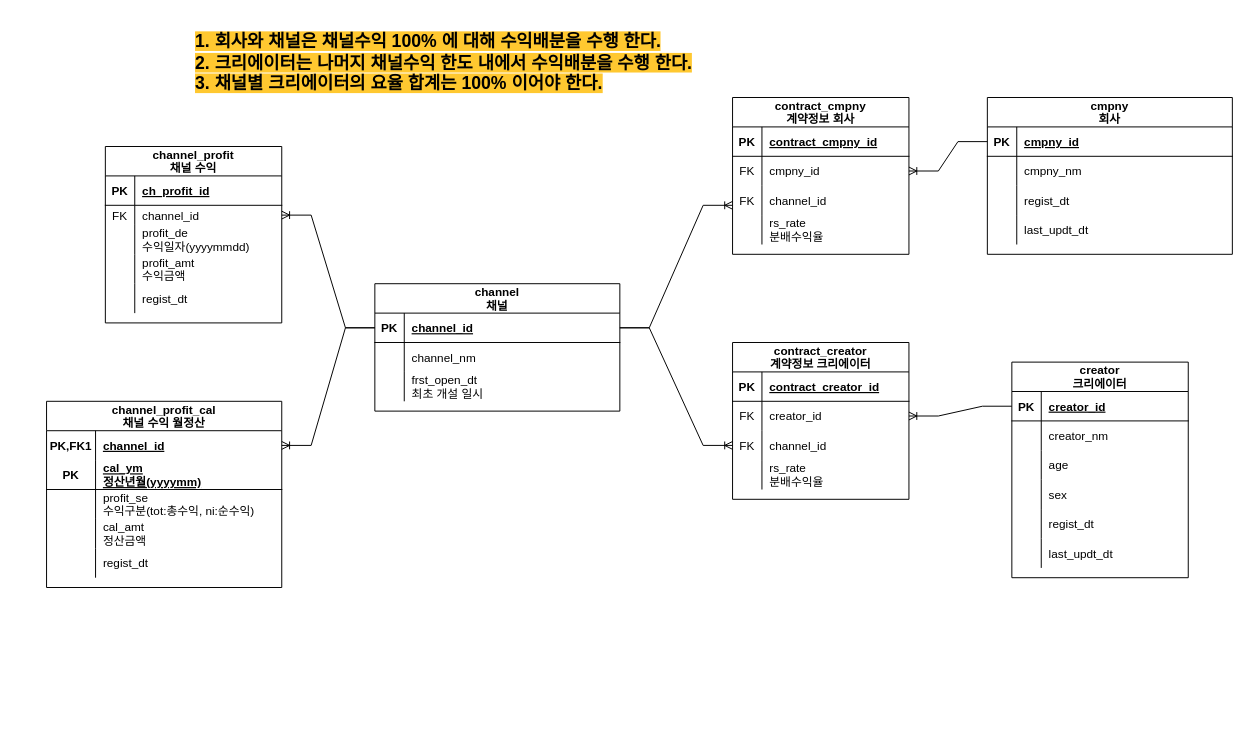
minkyu1128/DomainDesign keeps this draw.io diagram as RevenueShare.drawio. Above is the earlier version. Source tidied: cells renumbered, new cells numbered last; positions are measured from the earlier drawing's top-left corner, leaving out a move shared by most shapes. Both pictures are drawn from the tidied source at 98%, with x=0, y=0 at pixel (46, 24).
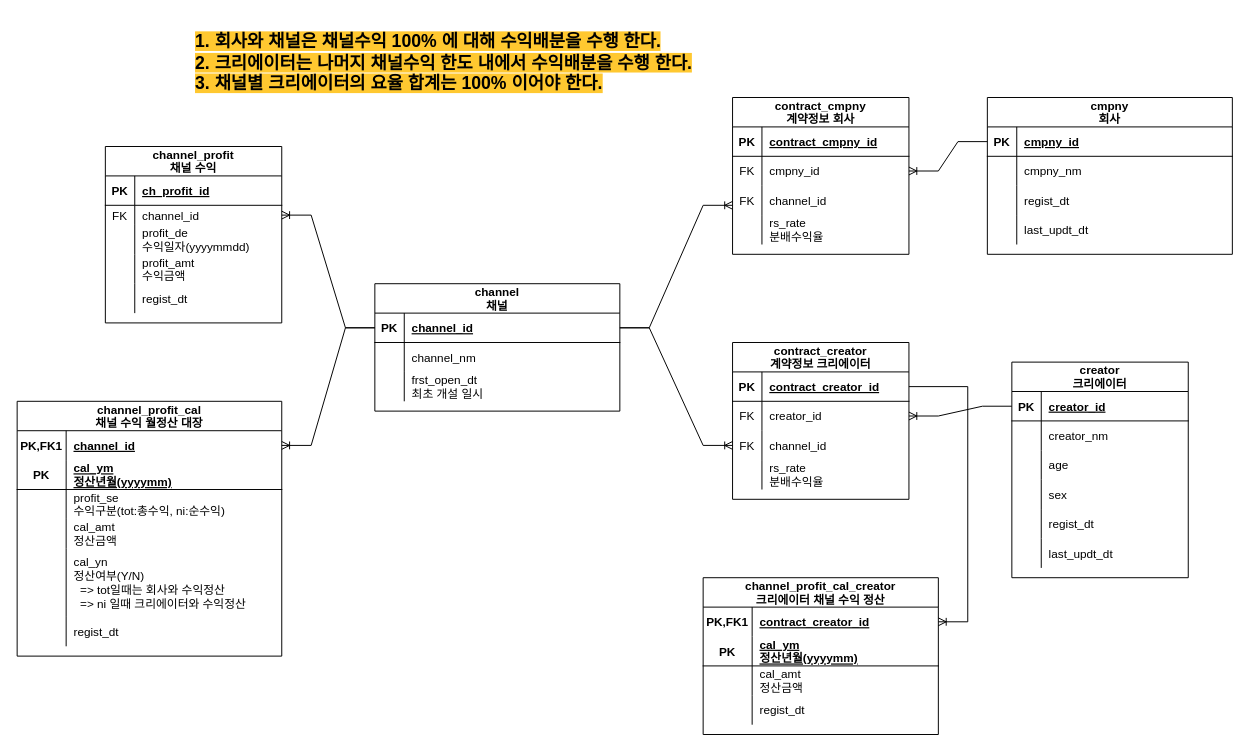
The same diagram, later.

The change refers to these unchanged cells:
```xml
<mxCell id="58" style="shape=tableRow;horizontal=0;startSize=0;swimlaneHead=0;swimlaneBody=0;fillColor=none;points=[[0,0.5],[1,0.5]];portConstraint=eastwest;top=0;left=0;right=0;bottom=1;" parent="57" vertex="1">
  <mxGeometry y="30" width="180" height="30" as="geometry" />
</mxCell>
```

The edit, as a diff of the source:
```diff
@@
-    <mxCell id="92" value="channel_profit_cal&#10;채널 수익 월정산" style="shape=table;startSize=30;childLayout=tableLayout;rowLines=0;fontStyle=1;align=center;labelBackgroundColor=none;" parent="1" vertex="1">
-      <mxGeometry y="385" width="240" height="190" as="geometry" />
+    <mxCell id="92" value="channel_profit_cal&#10;채널 수익 월정산 대장" style="shape=table;startSize=30;childLayout=tableLayout;rowLines=0;fontStyle=1;align=center;labelBackgroundColor=none;" parent="1" vertex="1">
+      <mxGeometry x="-30" y="385" width="270" height="260" as="geometry" />
     </mxCell>
     <mxCell id="93" style="shape=tableRow;horizontal=0;startSize=0;swimlaneHead=0;swimlaneBody=0;fillColor=none;points=[[0,0.5],[1,0.5]];portConstraint=eastwest;top=0;left=0;right=0;bottom=0;labelBackgroundColor=none;" parent="92" vertex="1">
-      <mxGeometry y="30" width="240" height="30" as="geometry" />
+      <mxGeometry y="30" width="270" height="30" as="geometry" />
     </mxCell>
@@
     <mxCell id="95" value="channel_id" style="shape=partialRectangle;fillColor=none;top=0;left=0;bottom=0;right=0;align=left;spacingLeft=6;fontStyle=5;overflow=hidden;labelBackgroundColor=none;" parent="93" vertex="1">
-      <mxGeometry x="50" width="190" height="30" as="geometry" />
+      <mxGeometry x="50" width="220" height="30" as="geometry" />
     </mxCell>
     <mxCell id="96" style="shape=tableRow;horizontal=0;startSize=0;swimlaneHead=0;swimlaneBody=0;fillColor=none;top=0;left=0;right=0;bottom=1;labelBackgroundColor=none;" parent="92" vertex="1">
-      <mxGeometry y="60" width="240" height="30" as="geometry" />
+      <mxGeometry y="60" width="270" height="30" as="geometry" />
     </mxCell>
@@
     <mxCell id="98" value="cal_ym&#10;정산년월(yyyymm)" style="shape=partialRectangle;fillColor=none;top=0;left=0;bottom=0;right=0;align=left;spacingLeft=6;fontStyle=5;overflow=hidden;labelBackgroundColor=none;" parent="96" vertex="1">
-      <mxGeometry x="50" width="190" height="30" as="geometry" />
+      <mxGeometry x="50" width="220" height="30" as="geometry" />
     </mxCell>
     <mxCell id="99" style="shape=tableRow;horizontal=0;startSize=0;swimlaneHead=0;swimlaneBody=0;fillColor=none;top=0;left=0;right=0;bottom=0;labelBackgroundColor=#FFC830;" parent="92" vertex="1">
-      <mxGeometry y="90" width="240" height="30" as="geometry" />
+      <mxGeometry y="90" width="270" height="30" as="geometry" />
     </mxCell>
@@
     <mxCell id="101" value="profit_se&#10;수익구분(tot:총수익, ni:순수익)" style="shape=partialRectangle;fillColor=none;top=0;left=0;bottom=0;right=0;align=left;spacingLeft=6;overflow=hidden;labelBackgroundColor=none;" parent="99" vertex="1">
-      <mxGeometry x="50" width="190" height="30" as="geometry" />
+      <mxGeometry x="50" width="220" height="30" as="geometry" />
     </mxCell>
     <mxCell id="102" style="shape=tableRow;horizontal=0;startSize=0;swimlaneHead=0;swimlaneBody=0;fillColor=none;top=0;left=0;right=0;bottom=0;labelBackgroundColor=#FFC830;" parent="92" vertex="1">
-      <mxGeometry y="120" width="240" height="30" as="geometry" />
+      <mxGeometry y="120" width="270" height="30" as="geometry" />
     </mxCell>
@@
     <mxCell id="104" value="cal_amt&#10;정산금액" style="shape=partialRectangle;fillColor=none;top=0;left=0;bottom=0;right=0;align=left;spacingLeft=6;overflow=hidden;labelBackgroundColor=none;" parent="102" vertex="1">
-      <mxGeometry x="50" width="190" height="30" as="geometry" />
+      <mxGeometry x="50" width="220" height="30" as="geometry" />
     </mxCell>
     <mxCell id="105" style="shape=tableRow;horizontal=0;startSize=0;swimlaneHead=0;swimlaneBody=0;fillColor=none;top=0;left=0;right=0;bottom=0;labelBackgroundColor=#FFC830;" parent="92" vertex="1">
-      <mxGeometry y="150" width="240" height="30" as="geometry" />
+      <mxGeometry y="150" width="270" height="70" as="geometry" />
     </mxCell>
     <mxCell id="106" style="shape=partialRectangle;fillColor=none;top=0;left=0;bottom=0;right=0;overflow=hidden;labelBackgroundColor=none;" parent="105" vertex="1">
-      <mxGeometry width="50" height="30" as="geometry" />
+      <mxGeometry width="50" height="70" as="geometry" />
     </mxCell>
-    <mxCell id="107" value="regist_dt" style="shape=partialRectangle;fillColor=none;top=0;left=0;bottom=0;right=0;align=left;spacingLeft=6;overflow=hidden;labelBackgroundColor=none;" parent="105" vertex="1">
-      <mxGeometry x="50" width="190" height="30" as="geometry" />
+    <mxCell id="107" value="cal_yn&#10;정산여부(Y/N)&#10;  =&gt; tot일때는 회사와 수익정산&#10;  =&gt; ni 일때 크리에이터와 수익정산" style="shape=partialRectangle;fillColor=none;top=0;left=0;bottom=0;right=0;align=left;spacingLeft=6;overflow=hidden;labelBackgroundColor=none;" parent="105" vertex="1">
+      <mxGeometry x="50" width="220" height="70" as="geometry" />
     </mxCell>
+    <mxCell id="110" style="shape=tableRow;horizontal=0;startSize=0;swimlaneHead=0;swimlaneBody=0;fillColor=none;top=0;left=0;right=0;bottom=0;labelBackgroundColor=#FFC830;" parent="92" vertex="1">
+      <mxGeometry y="220" width="270" height="30" as="geometry" />
+    </mxCell>
+    <mxCell id="111" style="shape=partialRectangle;fillColor=none;top=0;left=0;bottom=0;right=0;overflow=hidden;labelBackgroundColor=none;" parent="110" vertex="1">
+      <mxGeometry width="50" height="30" as="geometry" />
+    </mxCell>
+    <mxCell id="112" value="regist_dt" style="shape=partialRectangle;fillColor=none;top=0;left=0;bottom=0;right=0;align=left;spacingLeft=6;overflow=hidden;labelBackgroundColor=none;" parent="110" vertex="1">
+      <mxGeometry x="50" width="220" height="30" as="geometry" />
+    </mxCell>
@@
+    <mxCell id="113" value="channel_profit_cal_creator&#10;크리에이터 채널 수익 정산" style="shape=table;startSize=30;childLayout=tableLayout;rowLines=0;fontStyle=1;align=center;labelBackgroundColor=none;" parent="1" vertex="1">
+      <mxGeometry x="670" y="565" width="240" height="160" as="geometry" />
+    </mxCell>
+    <mxCell id="114" style="shape=tableRow;horizontal=0;startSize=0;swimlaneHead=0;swimlaneBody=0;fillColor=none;points=[[0,0.5],[1,0.5]];portConstraint=eastwest;top=0;left=0;right=0;bottom=0;labelBackgroundColor=none;" parent="113" vertex="1">
+      <mxGeometry y="30" width="240" height="30" as="geometry" />
+    </mxCell>
+    <mxCell id="115" value="PK,FK1" style="shape=partialRectangle;fillColor=none;top=0;left=0;bottom=0;right=0;fontStyle=1;overflow=hidden;labelBackgroundColor=none;" parent="114" vertex="1">
+      <mxGeometry width="50" height="30" as="geometry" />
+    </mxCell>
+    <mxCell id="116" value="contract_creator_id" style="shape=partialRectangle;fillColor=none;top=0;left=0;bottom=0;right=0;align=left;spacingLeft=6;fontStyle=5;overflow=hidden;labelBackgroundColor=none;" parent="114" vertex="1">
+      <mxGeometry x="50" width="190" height="30" as="geometry" />
+    </mxCell>
+    <mxCell id="117" style="shape=tableRow;horizontal=0;startSize=0;swimlaneHead=0;swimlaneBody=0;fillColor=none;top=0;left=0;right=0;bottom=1;labelBackgroundColor=none;" parent="113" vertex="1">
+      <mxGeometry y="60" width="240" height="30" as="geometry" />
+    </mxCell>
+    <mxCell id="118" value="PK" style="shape=partialRectangle;fillColor=none;top=0;left=0;bottom=0;right=0;fontStyle=1;overflow=hidden;labelBackgroundColor=none;" parent="117" vertex="1">
+      <mxGeometry width="50" height="30" as="geometry" />
+    </mxCell>
+    <mxCell id="119" value="cal_ym&#10;정산년월(yyyymm)" style="shape=partialRectangle;fillColor=none;top=0;left=0;bottom=0;right=0;align=left;spacingLeft=6;fontStyle=5;overflow=hidden;labelBackgroundColor=none;" parent="117" vertex="1">
+      <mxGeometry x="50" width="190" height="30" as="geometry" />
+    </mxCell>
+    <mxCell id="120" style="shape=tableRow;horizontal=0;startSize=0;swimlaneHead=0;swimlaneBody=0;fillColor=none;top=0;left=0;right=0;bottom=0;labelBackgroundColor=#FFC830;" parent="113" vertex="1">
+      <mxGeometry y="90" width="240" height="30" as="geometry" />
+    </mxCell>
+    <mxCell id="121" style="shape=partialRectangle;fillColor=none;top=0;left=0;bottom=0;right=0;overflow=hidden;labelBackgroundColor=none;" parent="120" vertex="1">
+      <mxGeometry width="50" height="30" as="geometry" />
+    </mxCell>
+    <mxCell id="122" value="cal_amt&#10;정산금액" style="shape=partialRectangle;fillColor=none;top=0;left=0;bottom=0;right=0;align=left;spacingLeft=6;overflow=hidden;labelBackgroundColor=none;" parent="120" vertex="1">
+      <mxGeometry x="50" width="190" height="30" as="geometry" />
+    </mxCell>
+    <mxCell id="123" style="shape=tableRow;horizontal=0;startSize=0;swimlaneHead=0;swimlaneBody=0;fillColor=none;top=0;left=0;right=0;bottom=0;labelBackgroundColor=#FFC830;" parent="113" vertex="1">
+      <mxGeometry y="120" width="240" height="30" as="geometry" />
+    </mxCell>
+    <mxCell id="124" style="shape=partialRectangle;fillColor=none;top=0;left=0;bottom=0;right=0;overflow=hidden;labelBackgroundColor=none;" parent="123" vertex="1">
+      <mxGeometry width="50" height="30" as="geometry" />
+    </mxCell>
+    <mxCell id="125" value="regist_dt" style="shape=partialRectangle;fillColor=none;top=0;left=0;bottom=0;right=0;align=left;spacingLeft=6;overflow=hidden;labelBackgroundColor=none;" parent="123" vertex="1">
+      <mxGeometry x="50" width="190" height="30" as="geometry" />
+    </mxCell>
+    <mxCell id="126" style="edgeStyle=entityRelationEdgeStyle;fontSize=12;html=1;endArrow=ERoneToMany;rounded=0;exitX=1;exitY=0.5;exitDx=0;exitDy=0;" parent="1" edge="1" source="58" target="114">
+      <mxGeometry relative="1" as="geometry" />
+    </mxCell>
```
